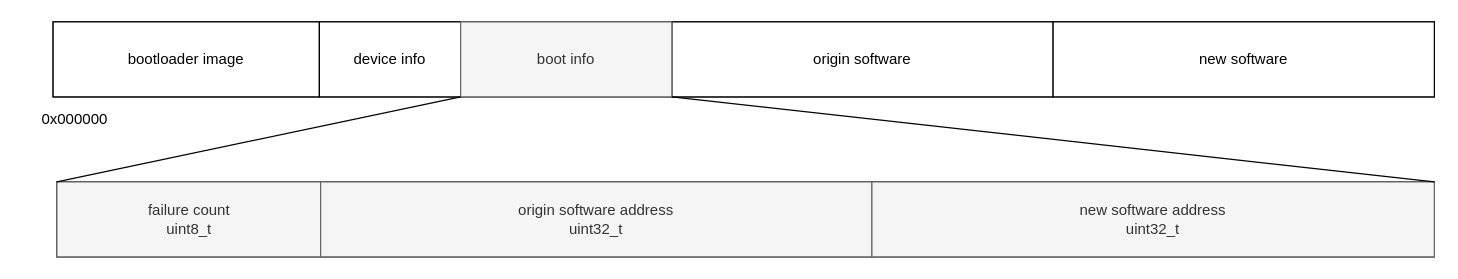
Before: schematic/05-sw-flash-structure.drawio in petrkucerak/diplom-thesis, a draw.io diagram. Source tidied: cells renumbered, new cells numbered last; positions are measured from the earlier drawing's top-left corner, leaving out a move shared by most shapes. Both pictures are drawn from the tidied source at 125%, with x=0, y=0 at pixel (29, 21).
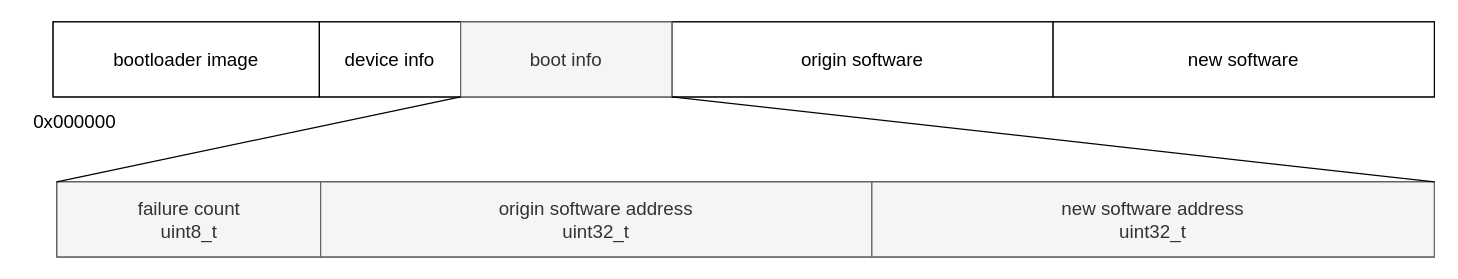
Above is the later version.

Commit message (it also covers changes not shown here):
Update flash structure

What changed in the source:
```diff
@@
 <mxGraphModel>
   <root>
     <mxCell id="0" />
     <mxCell id="1" parent="0" />
-    <mxCell id="2" style="rounded=0;whiteSpace=wrap;html=1;" parent="1" vertex="1">
+    <mxCell id="2" style="rounded=0;whiteSpace=wrap;html=1;fontSize=15;" parent="1" vertex="1">
       <mxGeometry x="19" width="1105" height="60" as="geometry" />
     </mxCell>
-    <mxCell id="3" value="bootloader image" style="rounded=0;whiteSpace=wrap;html=1;" parent="1" vertex="1">
+    <mxCell id="3" value="bootloader image" style="rounded=0;whiteSpace=wrap;html=1;fontSize=15;" parent="1" vertex="1">
       <mxGeometry x="19" width="213" height="60" as="geometry" />
     </mxCell>
-    <mxCell id="4" value="device info" style="rounded=0;whiteSpace=wrap;html=1;" parent="1" vertex="1">
+    <mxCell id="4" value="device info" style="rounded=0;whiteSpace=wrap;html=1;fontSize=15;" parent="1" vertex="1">
       <mxGeometry x="232" width="113" height="60" as="geometry" />
     </mxCell>
-    <mxCell id="5" value="&lt;span style=&quot;color: rgb(0, 0, 0);&quot;&gt;origin&amp;nbsp;&lt;/span&gt;software" style="rounded=0;whiteSpace=wrap;html=1;" parent="1" vertex="1">
+    <mxCell id="5" value="&lt;span style=&quot;color: rgb(0, 0, 0);&quot;&gt;origin&amp;nbsp;&lt;/span&gt;software" style="rounded=0;whiteSpace=wrap;html=1;fontSize=15;" parent="1" vertex="1">
       <mxGeometry x="514" width="305" height="60" as="geometry" />
     </mxCell>
-    <mxCell id="6" value="&lt;span style=&quot;color: rgb(0, 0, 0);&quot;&gt;new&amp;nbsp;&lt;/span&gt;software" style="rounded=0;whiteSpace=wrap;html=1;" parent="1" vertex="1">
+    <mxCell id="6" value="&lt;span style=&quot;color: rgb(0, 0, 0);&quot;&gt;new&amp;nbsp;&lt;/span&gt;software" style="rounded=0;whiteSpace=wrap;html=1;fontSize=15;" parent="1" vertex="1">
       <mxGeometry x="819" width="305" height="60" as="geometry" />
     </mxCell>
-    <mxCell id="7" style="rounded=0;whiteSpace=wrap;html=1;" parent="1" vertex="1">
+    <mxCell id="7" style="rounded=0;whiteSpace=wrap;html=1;fontSize=15;" parent="1" vertex="1">
       <mxGeometry x="22" y="128" width="1102" height="60" as="geometry" />
     </mxCell>
-    <mxCell id="8" value="failure count&lt;div&gt;uint8_t&lt;/div&gt;" style="rounded=0;whiteSpace=wrap;html=1;fillColor=#f5f5f5;fontColor=#333333;strokeColor=#666666;" parent="1" vertex="1">
+    <mxCell id="8" value="failure count&lt;div&gt;uint8_t&lt;/div&gt;" style="rounded=0;whiteSpace=wrap;html=1;fillColor=#f5f5f5;fontColor=#333333;strokeColor=#666666;fontSize=15;" parent="1" vertex="1">
       <mxGeometry x="22" y="128" width="212" height="60" as="geometry" />
     </mxCell>
-    <mxCell id="9" value="origin software address&lt;div&gt;uint32_t&lt;/div&gt;" style="rounded=0;whiteSpace=wrap;html=1;fillColor=#f5f5f5;fontColor=#333333;strokeColor=#666666;" parent="1" vertex="1">
+    <mxCell id="9" value="origin software address&lt;div&gt;uint32_t&lt;/div&gt;" style="rounded=0;whiteSpace=wrap;html=1;fillColor=#f5f5f5;fontColor=#333333;strokeColor=#666666;fontSize=15;" parent="1" vertex="1">
       <mxGeometry x="233" y="128" width="441" height="60" as="geometry" />
     </mxCell>
-    <mxCell id="10" value="new&amp;nbsp;&lt;span style=&quot;color: rgb(51, 51, 51);&quot;&gt;software&amp;nbsp;&lt;/span&gt;address&lt;div&gt;uint32_t&lt;/div&gt;" style="rounded=0;whiteSpace=wrap;html=1;fillColor=#f5f5f5;fontColor=#333333;strokeColor=#666666;" parent="1" vertex="1">
+    <mxCell id="10" value="new&amp;nbsp;&lt;span style=&quot;color: rgb(51, 51, 51);&quot;&gt;software&amp;nbsp;&lt;/span&gt;address&lt;div&gt;uint32_t&lt;/div&gt;" style="rounded=0;whiteSpace=wrap;html=1;fillColor=#f5f5f5;fontColor=#333333;strokeColor=#666666;fontSize=15;" parent="1" vertex="1">
       <mxGeometry x="674" y="128" width="450" height="60" as="geometry" />
     </mxCell>
-    <mxCell id="11" value="0x00&lt;span style=&quot;color: rgb(0, 0, 0);&quot;&gt;0000&lt;/span&gt;" style="text;html=1;align=center;verticalAlign=middle;strokeColor=none;fillColor=none;" parent="1" vertex="1">
-      <mxGeometry y="65" width="71" height="26" as="geometry" />
+    <mxCell id="11" value="0x00&lt;span style=&quot;color: rgb(0, 0, 0);&quot;&gt;0000&lt;/span&gt;" style="text;html=1;align=center;verticalAlign=middle;strokeColor=none;fillColor=none;fontSize=15;" parent="1" vertex="1">
+      <mxGeometry x="-6" y="64" width="84" height="30" as="geometry" />
     </mxCell>
-    <mxCell id="12" value="boot info" style="rounded=0;whiteSpace=wrap;html=1;fillColor=#f5f5f5;fontColor=#333333;strokeColor=#666666;" parent="1" vertex="1">
+    <mxCell id="12" value="boot info" style="rounded=0;whiteSpace=wrap;html=1;fillColor=#f5f5f5;fontColor=#333333;strokeColor=#666666;fontSize=15;" parent="1" vertex="1">
       <mxGeometry x="345" width="169" height="60" as="geometry" />
     </mxCell>
-    <mxCell id="13" style="endArrow=none;html=1;entryX=1;entryY=1;entryDx=0;entryDy=0;exitX=0;exitY=0;exitDx=0;exitDy=0;" parent="1" edge="1" source="8" target="4">
+    <mxCell id="13" style="endArrow=none;html=1;entryX=1;entryY=1;entryDx=0;entryDy=0;exitX=0;exitY=0;exitDx=0;exitDy=0;fontSize=15;" parent="1" edge="1" source="8" target="4">
       <mxGeometry relative="1" as="geometry" />
     </mxCell>
-    <mxCell id="14" style="endArrow=none;html=1;entryX=0;entryY=1;entryDx=0;entryDy=0;exitX=1;exitY=0;exitDx=0;exitDy=0;" parent="1" edge="1" source="10" target="5">
+    <mxCell id="14" style="endArrow=none;html=1;entryX=0;entryY=1;entryDx=0;entryDy=0;exitX=1;exitY=0;exitDx=0;exitDy=0;fontSize=15;" parent="1" edge="1" source="10" target="5">
       <mxGeometry relative="1" as="geometry" />
     </mxCell>
   </root>
 </mxGraphModel>
```
